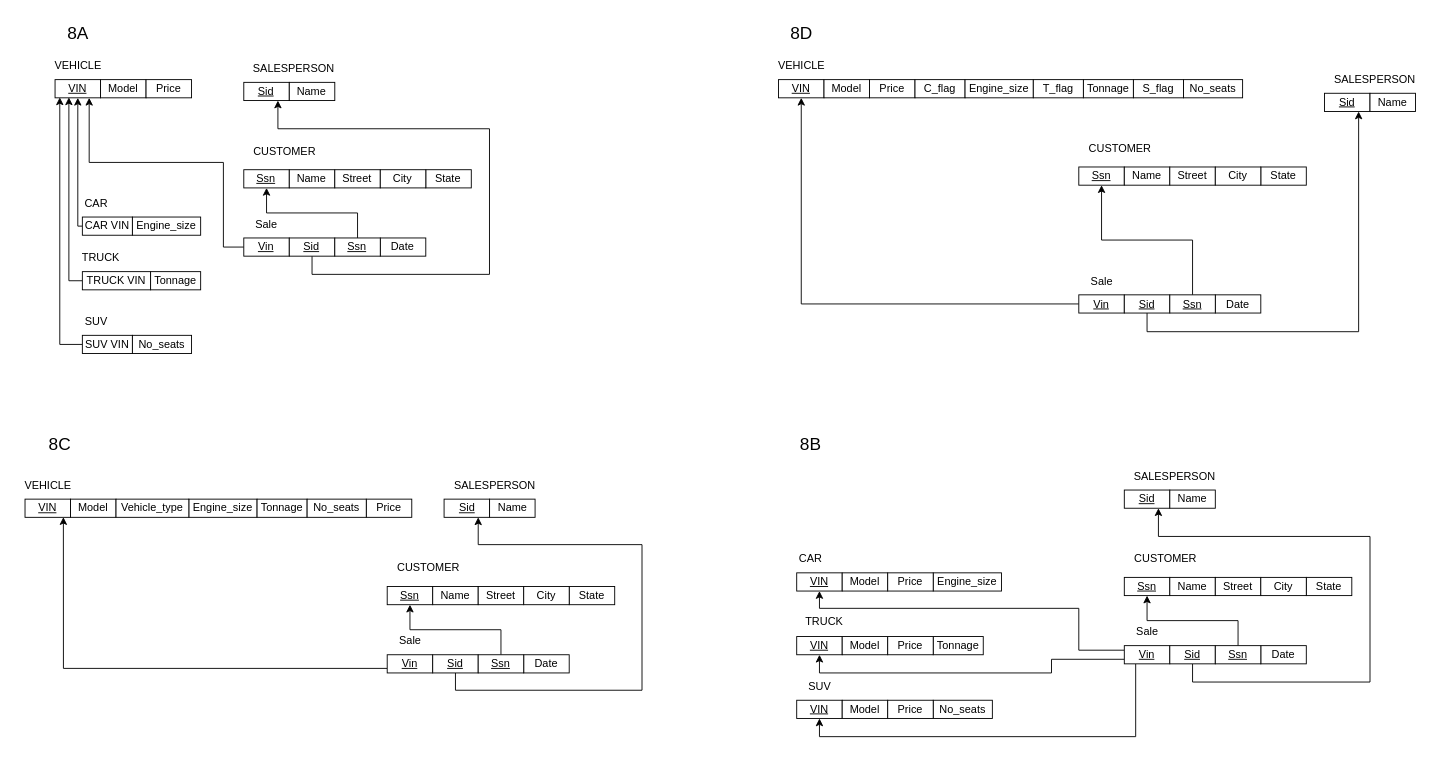
Earlier version of the draw.io diagram assignment3/Question2.drawio (shivamdesai04/ENSF300). Source tidied: cells renumbered, new cells numbered last; positions are measured from the earlier drawing's top-left corner, leaving out a move shared by most shapes. Both pictures are drawn from the tidied source at 91%, with x=0, y=0 at pixel (15, 15).
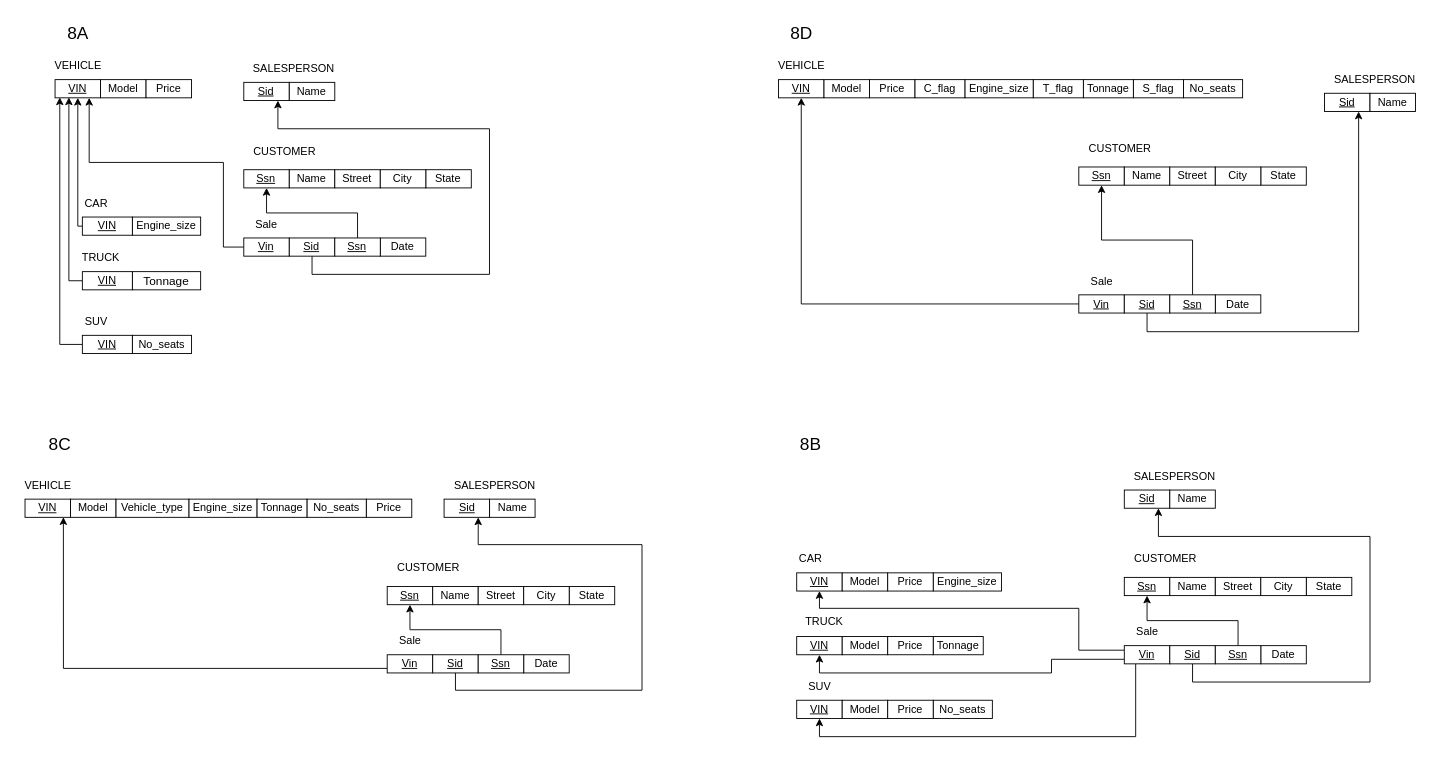
Above is the later version.

Change to the diagram source:
```diff
@@
-    <mxCell id="12" value="CAR VIN" style="whiteSpace=wrap;html=1;" parent="1" vertex="1">
+    <mxCell id="12" value="&lt;u&gt;VIN&lt;/u&gt;" style="whiteSpace=wrap;html=1;" parent="1" vertex="1">
       <mxGeometry x="73" y="221" width="55" height="20" as="geometry" />
     </mxCell>
@@
-    <mxCell id="15" value="TRUCK VIN" style="whiteSpace=wrap;html=1;" parent="1" vertex="1">
-      <mxGeometry x="73" y="281" width="75" height="20" as="geometry" />
+    <mxCell id="15" value="&lt;u&gt;VIN&lt;/u&gt;" style="whiteSpace=wrap;html=1;" parent="1" vertex="1">
+      <mxGeometry x="73" y="281" width="55" height="20" as="geometry" />
     </mxCell>
-    <mxCell id="16" value="Tonnage" style="whiteSpace=wrap;html=1;" parent="1" vertex="1">
-      <mxGeometry x="148" y="281" width="55" height="20" as="geometry" />
+    <mxCell id="16" value="&lt;font style=&quot;font-size: 13px;&quot;&gt;Tonnage&lt;/font&gt;" style="whiteSpace=wrap;html=1;" parent="1" vertex="1">
+      <mxGeometry x="128" y="281" width="75" height="20" as="geometry" />
     </mxCell>
@@
-    <mxCell id="18" value="SUV VIN" style="whiteSpace=wrap;html=1;" parent="1" vertex="1">
+    <mxCell id="18" value="&lt;u&gt;VIN&lt;/u&gt;" style="whiteSpace=wrap;html=1;" parent="1" vertex="1">
       <mxGeometry x="73" y="351" width="55" height="20" as="geometry" />
     </mxCell>
```
